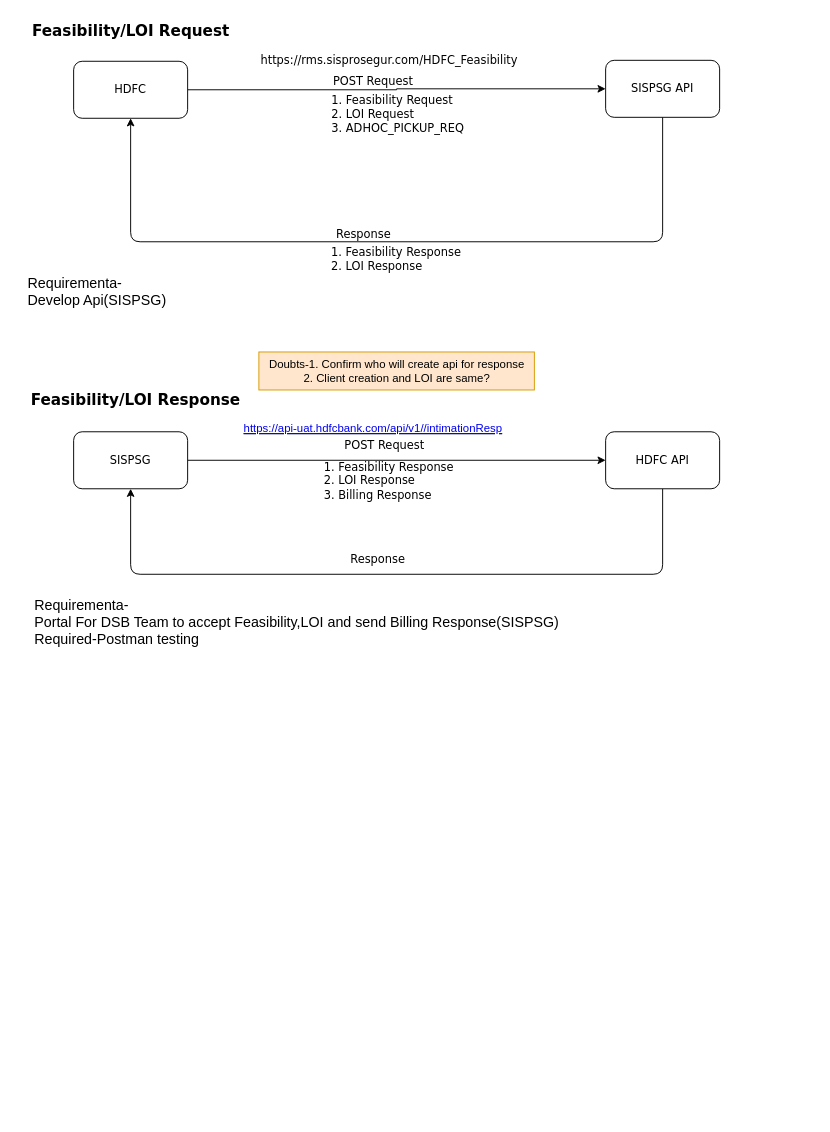
Before: Hdfc.drawio in ubermachine/Drawio, a draw.io diagram. Source tidied: cells renumbered, new cells numbered last; positions are measured from the earlier drawing's top-left corner, leaving out a move shared by most shapes. Both pictures are drawn from the tidied source at 95%, with x=0, y=0 at pixel (16, 16).
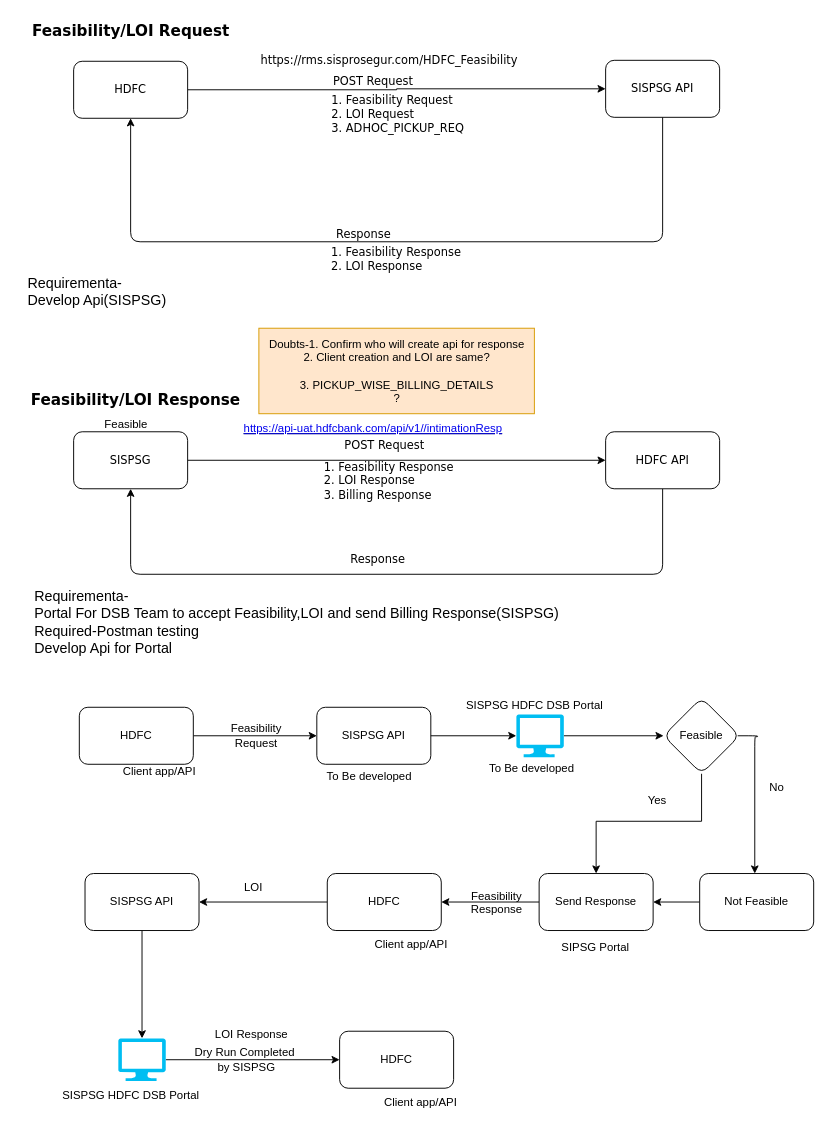
Above is the later version.

What changed in the source:
```diff
@@
-    <mxCell id="21" value="&lt;div&gt;Doubts-1. Confirm who will create api for response&lt;/div&gt;&lt;div&gt;2. Client creation and LOI are same?&lt;br&gt;&lt;/div&gt;" style="text;html=1;align=center;verticalAlign=middle;strokeColor=#d79b00;fillColor=#ffe6cc;" parent="1" vertex="1">
-      <mxGeometry x="255" y="353" width="290" height="40" as="geometry" />
+    <mxCell id="21" value="&lt;div&gt;Doubts-1. Confirm who will create api for response&lt;/div&gt;&lt;div&gt;2. Client creation and LOI are same?&lt;br&gt;&lt;/div&gt;&lt;div&gt;&lt;br&gt;&lt;/div&gt;&lt;div&gt;3. PICKUP_WISE_BILLING_DETAILS&lt;/div&gt;?" style="text;html=1;align=center;verticalAlign=middle;strokeColor=#d79b00;fillColor=#ffe6cc;" parent="1" vertex="1">
+      <mxGeometry x="255" y="328" width="290" height="90" as="geometry" />
     </mxCell>
-    <mxCell id="22" value="&lt;div align=&quot;left&quot; style=&quot;font-size: 15px;&quot;&gt;Requirementa-&lt;/div&gt;&lt;div align=&quot;left&quot; style=&quot;font-size: 15px;&quot;&gt;Portal For DSB Team to accept Feasibility,LOI and send Billing Response(SISPSG)&lt;/div&gt;&lt;div align=&quot;left&quot; style=&quot;font-size: 15px;&quot;&gt;Required-Postman testing &lt;br style=&quot;font-size: 15px;&quot;&gt;&lt;/div&gt;" style="text;html=1;align=left;verticalAlign=middle;strokeColor=none;fillColor=none;fontSize=15;" parent="1" vertex="1">
-      <mxGeometry x="17" y="602" width="580" height="70" as="geometry" />
+    <mxCell id="22" value="&lt;div align=&quot;left&quot; style=&quot;font-size: 15px;&quot;&gt;Requirementa-&lt;/div&gt;&lt;div align=&quot;left&quot; style=&quot;font-size: 15px;&quot;&gt;Portal For DSB Team to accept Feasibility,LOI and send Billing Response(SISPSG)&lt;/div&gt;&lt;div align=&quot;left&quot; style=&quot;font-size: 15px;&quot;&gt;Required-Postman testing&lt;/div&gt;&lt;div align=&quot;left&quot; style=&quot;font-size: 15px;&quot;&gt;Develop Api for Portal &lt;br style=&quot;font-size: 15px;&quot;&gt;&lt;/div&gt;" style="text;html=1;align=left;verticalAlign=middle;strokeColor=none;fillColor=none;fontSize=15;" parent="1" vertex="1">
+      <mxGeometry x="17" y="592" width="580" height="90" as="geometry" />
     </mxCell>
@@
+    <mxCell id="24" value="Feasible" style="text;html=1;align=center;verticalAlign=middle;strokeColor=none;fillColor=none;" parent="1" vertex="1">
+      <mxGeometry x="80" y="415" width="70" height="30" as="geometry" />
+    </mxCell>
+    <mxCell id="25" style="edgeStyle=orthogonalEdgeStyle;rounded=0;jettySize=auto;html=1;" parent="1" edge="1" source="26" target="28">
+      <mxGeometry relative="1" as="geometry" />
+    </mxCell>
+    <mxCell id="26" value="HDFC" style="rounded=1;whiteSpace=wrap;html=1;" parent="1" vertex="1">
+      <mxGeometry x="66" y="727" width="120" height="60" as="geometry" />
+    </mxCell>
+    <mxCell id="27" style="edgeStyle=orthogonalEdgeStyle;rounded=0;jettySize=auto;html=1;" parent="1" edge="1" source="42" target="31">
+      <mxGeometry relative="1" as="geometry" />
+    </mxCell>
+    <mxCell id="28" value="SISPSG API" style="rounded=1;whiteSpace=wrap;html=1;" parent="1" vertex="1">
+      <mxGeometry x="316" y="727" width="120" height="60" as="geometry" />
+    </mxCell>
+    <mxCell id="29" style="edgeStyle=orthogonalEdgeStyle;rounded=1;orthogonalLoop=1;jettySize=auto;html=1;exitX=1;exitY=0.5;exitDx=0;exitDy=0;curved=0;" parent="1" edge="1">
+      <mxGeometry relative="1" as="geometry">
+        <mxPoint x="759" y="757" as="sourcePoint" />
+        <mxPoint x="777" y="902" as="targetPoint" />
+        <Array as="points">
+          <mxPoint x="780" y="757" />
+          <mxPoint x="777" y="758" />
+        </Array>
+      </mxGeometry>
+    </mxCell>
+    <mxCell id="30" style="edgeStyle=orthogonalEdgeStyle;rounded=0;jettySize=auto;html=1;entryX=0.5;entryY=0;entryDx=0;entryDy=0;" parent="1" edge="1" source="31" target="36">
+      <mxGeometry relative="1" as="geometry">
+        <Array as="points">
+          <mxPoint x="721" y="847" />
+          <mxPoint x="610" y="847" />
+        </Array>
+      </mxGeometry>
+    </mxCell>
+    <mxCell id="31" value="Feasible" style="rhombus;whiteSpace=wrap;html=1;rounded=1;" parent="1" vertex="1">
+      <mxGeometry x="681" y="717" width="80" height="80" as="geometry" />
+    </mxCell>
+    <mxCell id="32" style="edgeStyle=orthogonalEdgeStyle;rounded=0;jettySize=auto;html=1;entryX=1;entryY=0.5;entryDx=0;entryDy=0;" parent="1" edge="1" source="33" target="36">
+      <mxGeometry relative="1" as="geometry" />
+    </mxCell>
+    <mxCell id="33" value="Not Feasible" style="whiteSpace=wrap;html=1;rounded=1;" parent="1" vertex="1">
+      <mxGeometry x="719" y="902" width="120" height="60" as="geometry" />
+    </mxCell>
+    <mxCell id="34" value="No" style="text;html=1;align=center;verticalAlign=middle;strokeColor=none;fillColor=none;" parent="1" vertex="1">
+      <mxGeometry x="780" y="797" width="40" height="30" as="geometry" />
+    </mxCell>
+    <mxCell id="35" style="edgeStyle=orthogonalEdgeStyle;rounded=0;jettySize=auto;html=1;" parent="1" edge="1" source="36" target="39">
+      <mxGeometry relative="1" as="geometry" />
+    </mxCell>
+    <mxCell id="36" value="Send Response" style="whiteSpace=wrap;html=1;rounded=1;" parent="1" vertex="1">
+      <mxGeometry x="550" y="902" width="120" height="60" as="geometry" />
+    </mxCell>
+    <mxCell id="37" value="Yes" style="text;html=1;align=center;verticalAlign=middle;strokeColor=none;fillColor=none;" parent="1" vertex="1">
+      <mxGeometry x="654" y="809.5" width="40" height="30" as="geometry" />
+    </mxCell>
+    <mxCell id="38" style="edgeStyle=orthogonalEdgeStyle;rounded=0;jettySize=auto;html=1;" parent="1" edge="1" source="39" target="48">
+      <mxGeometry relative="1" as="geometry" />
+    </mxCell>
+    <mxCell id="39" value="HDFC " style="whiteSpace=wrap;html=1;rounded=1;" parent="1" vertex="1">
+      <mxGeometry x="327" y="902" width="120" height="60" as="geometry" />
+    </mxCell>
+    <mxCell id="40" value="SIPSG Portal" style="text;html=1;align=center;verticalAlign=middle;strokeColor=none;fillColor=none;" parent="1" vertex="1">
+      <mxGeometry x="564" y="965" width="90" height="30" as="geometry" />
+    </mxCell>
+    <mxCell id="41" style="edgeStyle=orthogonalEdgeStyle;rounded=0;jettySize=auto;html=1;" parent="1" edge="1" source="28" target="42">
+      <mxGeometry relative="1" as="geometry" />
+    </mxCell>
+    <mxCell id="42" style="verticalLabelPosition=bottom;html=1;verticalAlign=top;align=center;strokeColor=none;fillColor=#00BEF2;shape=mxgraph.azure.computer;" parent="1" vertex="1">
+      <mxGeometry x="526" y="734.5" width="50" height="45" as="geometry" />
+    </mxCell>
+    <mxCell id="43" value="SISPSG HDFC DSB Portal" style="text;html=1;align=center;verticalAlign=middle;strokeColor=none;fillColor=none;" parent="1" vertex="1">
+      <mxGeometry x="460" y="710" width="170" height="30" as="geometry" />
+    </mxCell>
+    <mxCell id="44" value="To Be developed" style="text;html=1;align=center;verticalAlign=middle;strokeColor=none;fillColor=none;" parent="1" vertex="1">
+      <mxGeometry x="316" y="785" width="110" height="30" as="geometry" />
+    </mxCell>
+    <mxCell id="45" value="To Be developed" style="text;html=1;align=center;verticalAlign=middle;strokeColor=none;fillColor=none;" parent="1" vertex="1">
+      <mxGeometry x="487" y="777" width="110" height="30" as="geometry" />
+    </mxCell>
+    <mxCell id="46" value="Client app/API" style="text;html=1;align=center;verticalAlign=middle;strokeColor=none;fillColor=none;" parent="1" vertex="1">
+      <mxGeometry x="100" y="779.5" width="100" height="30" as="geometry" />
+    </mxCell>
+    <mxCell id="47" style="edgeStyle=orthogonalEdgeStyle;rounded=0;jettySize=auto;html=1;" parent="1" edge="1" source="48" target="54">
+      <mxGeometry relative="1" as="geometry" />
+    </mxCell>
+    <mxCell id="48" value="SISPSG API" style="whiteSpace=wrap;html=1;rounded=1;" parent="1" vertex="1">
+      <mxGeometry x="72" y="902" width="120" height="60" as="geometry" />
+    </mxCell>
+    <mxCell id="49" value="LOI" style="text;html=1;align=center;verticalAlign=middle;strokeColor=none;fillColor=none;" parent="1" vertex="1">
+      <mxGeometry x="229" y="902" width="40" height="30" as="geometry" />
+    </mxCell>
+    <mxCell id="50" value="HDFC " style="whiteSpace=wrap;html=1;rounded=1;" parent="1" vertex="1">
+      <mxGeometry x="340" y="1068" width="120" height="60" as="geometry" />
+    </mxCell>
+    <mxCell id="51" value="&lt;div&gt;Dry Run Completed&lt;/div&gt;&lt;div&gt;&amp;nbsp;by SISPSG&lt;/div&gt;" style="text;html=1;align=center;verticalAlign=middle;strokeColor=none;fillColor=none;" parent="1" vertex="1">
+      <mxGeometry x="175" y="1078" width="130" height="40" as="geometry" />
+    </mxCell>
+    <mxCell id="52" value="&lt;div&gt;Feasibility&lt;/div&gt;&lt;div&gt;Response&lt;br&gt;&lt;/div&gt;&lt;div&gt;&amp;nbsp;&lt;/div&gt;" style="text;html=1;align=center;verticalAlign=middle;strokeColor=none;fillColor=none;" parent="1" vertex="1">
+      <mxGeometry x="465" y="910" width="80" height="60" as="geometry" />
+    </mxCell>
+    <mxCell id="53" style="edgeStyle=orthogonalEdgeStyle;rounded=0;jettySize=auto;html=1;exitX=1;exitY=0.5;exitDx=0;exitDy=0;exitPerimeter=0;" parent="1" edge="1" source="54" target="50">
+      <mxGeometry relative="1" as="geometry" />
+    </mxCell>
+    <mxCell id="54" style="verticalLabelPosition=bottom;html=1;verticalAlign=top;align=center;strokeColor=none;fillColor=#00BEF2;shape=mxgraph.azure.computer;" parent="1" vertex="1">
+      <mxGeometry x="107" y="1075.5" width="50" height="45" as="geometry" />
+    </mxCell>
+    <mxCell id="55" value="SISPSG HDFC DSB Portal" style="text;html=1;align=center;verticalAlign=middle;strokeColor=none;fillColor=none;" parent="1" vertex="1">
+      <mxGeometry x="35" y="1120.5" width="170" height="30" as="geometry" />
+    </mxCell>
+    <mxCell id="56" value="LOI Response" style="text;html=1;align=center;verticalAlign=middle;strokeColor=none;fillColor=none;" parent="1" vertex="1">
+      <mxGeometry x="197" y="1057" width="100" height="30" as="geometry" />
+    </mxCell>
+    <mxCell id="57" value="Client app/API" style="text;html=1;align=center;verticalAlign=middle;strokeColor=none;fillColor=none;" parent="1" vertex="1">
+      <mxGeometry x="365" y="962" width="100" height="30" as="geometry" />
+    </mxCell>
+    <mxCell id="58" value="Client app/API" style="text;html=1;align=center;verticalAlign=middle;strokeColor=none;fillColor=none;" parent="1" vertex="1">
+      <mxGeometry x="375" y="1128" width="100" height="30" as="geometry" />
+    </mxCell>
+    <mxCell id="59" value="&lt;div&gt;Feasibility&lt;/div&gt;&lt;div&gt;Request&lt;br&gt;&lt;/div&gt;" style="text;html=1;align=center;verticalAlign=middle;strokeColor=none;fillColor=none;" parent="1" vertex="1">
+      <mxGeometry x="212" y="737" width="80" height="40" as="geometry" />
+    </mxCell>
```
